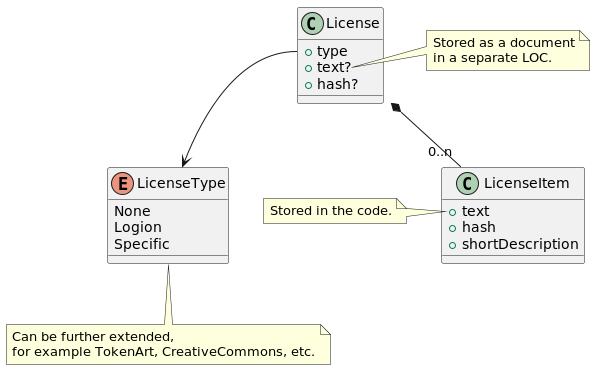
This is website/docs/dev/ScopeOfRights.png from logion-network/logion-api, a PlantUML export, as it was before one commit.
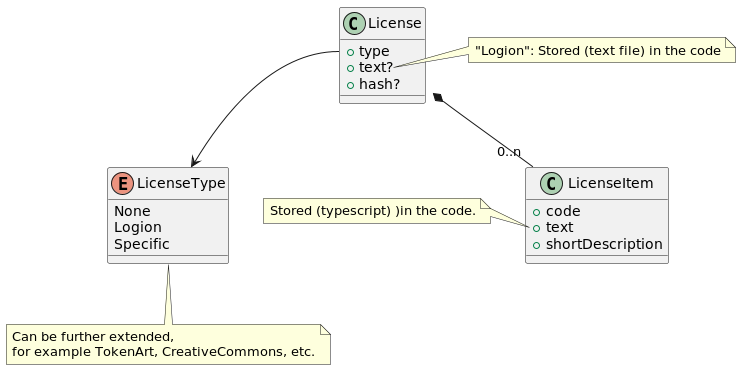
The same file after the commit.

Diff of the diagram source:
```diff
@@ -13,8 +13,8 @@
 }
 
 class LicenseItem {
+  + code
   + text
-  + hash
   + shortDescription
 }
 
@@ -28,12 +28,11 @@
 end note
 
 note right of License::text
-Stored as a document
-in a separate LOC.
+"Logion": Stored (text file) in the code
 end note
 
 note left of LicenseItem::text
-Stored in the code.
+Stored (typescript) )in the code.
 end note
 
 @enduml
```
